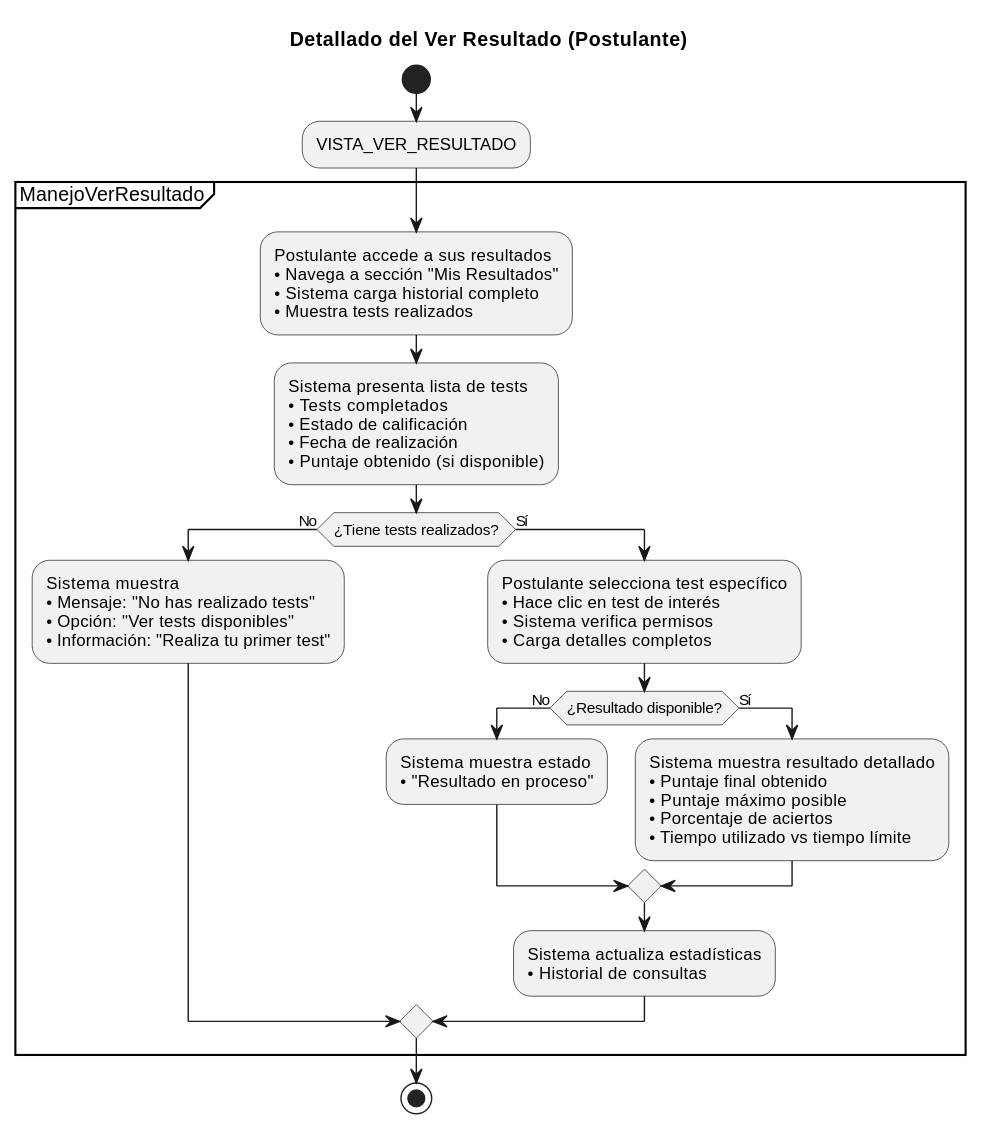
Before: documentos/imagenes/casos_de_uso/diagramas_casos_de_uso_detallados/ver_resultados.svg, a diagram exported from PlantUML (Dievex/24-25-IdSw1-SDR).
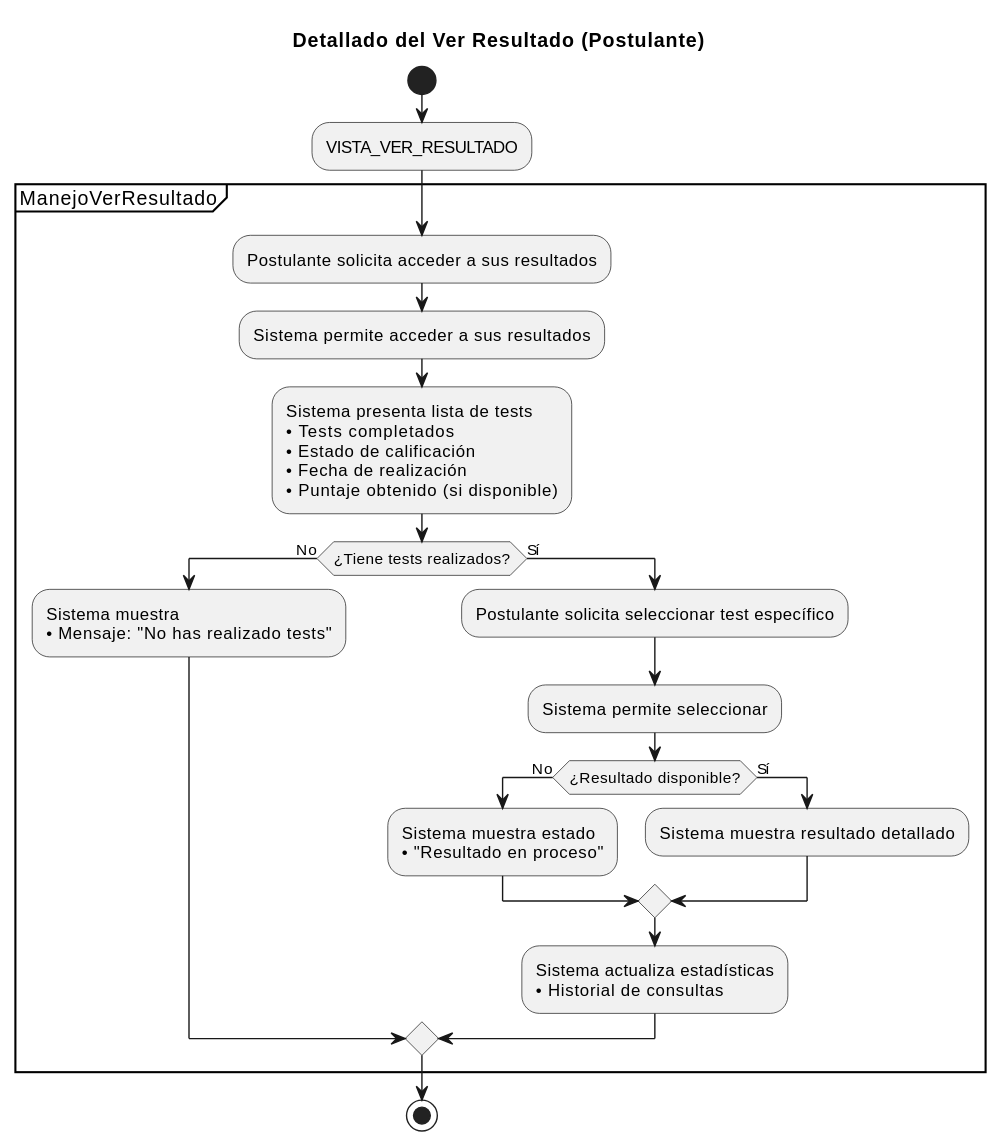
Above is the later version.

Change to the diagram source:
```diff
@@ -7,10 +7,9 @@
 
 partition ManejoVerResultado {
 
-  :Postulante accede a sus resultados
-  • Navega a sección "Mis Resultados"
-  • Sistema carga historial completo
-  • Muestra tests realizados;
+  :Postulante solicita acceder a sus resultados;
+
+  :Sistema permite acceder a sus resultados;
 
   :Sistema presenta lista de tests
   • Tests completados
@@ -20,15 +19,12 @@
 
   if (¿Tiene tests realizados?) then (No)
     :Sistema muestra
-    • Mensaje: "No has realizado tests"
-    • Opción: "Ver tests disponibles"
-    • Información: "Realiza tu primer test";
+    • Mensaje: "No has realizado tests";
 
   else (Sí)
-    :Postulante selecciona test específico
-    • Hace clic en test de interés
-    • Sistema verifica permisos
-    • Carga detalles completos;
+    :Postulante solicita seleccionar test específico;
+
+    :Sistema permite seleccionar;
 
     if (¿Resultado disponible?) then (No)
       :Sistema muestra estado
@@ -36,11 +32,7 @@
 
 
     else (Sí)
-      :Sistema muestra resultado detallado
-      • Puntaje final obtenido
-      • Puntaje máximo posible
-      • Porcentaje de aciertos
-      • Tiempo utilizado vs tiempo límite;
+      :Sistema muestra resultado detallado;
 
 
     endif
```
